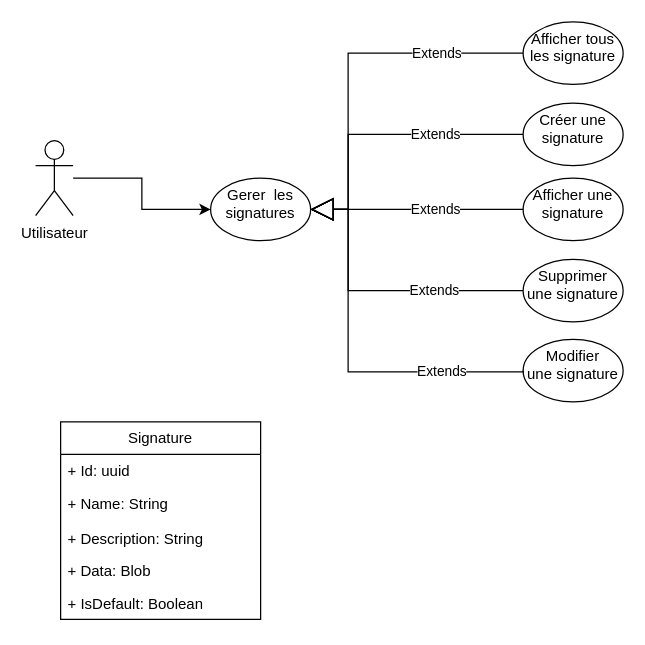
Earlier version of the draw.io diagram manageSignature.drawio (PFE-Neoledge-2023/rapport). Source tidied: cells renumbered, new cells numbered last; positions are measured from the earlier drawing's top-left corner, leaving out a move shared by most shapes. Both pictures are drawn from the tidied source at 125%, with x=0, y=0 at pixel (35, 21).
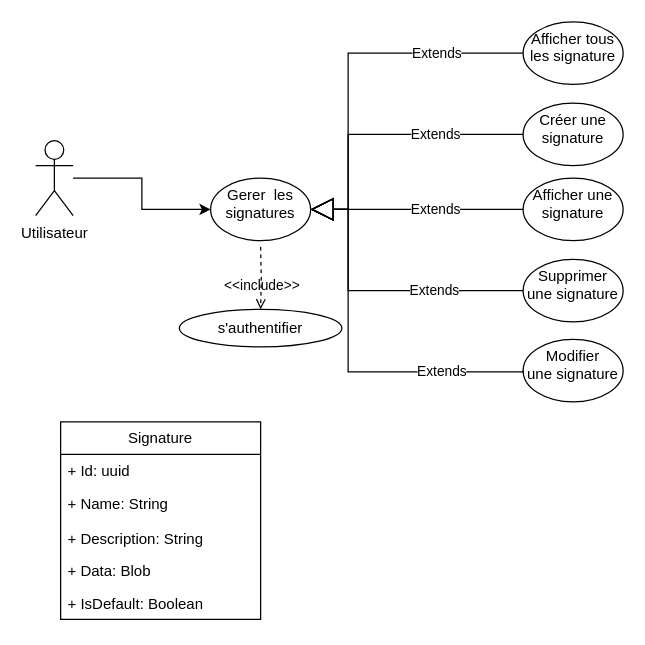
The same page after the edit.

Diff of the diagram source:
```diff
@@
+    <mxCell id="21" value="&amp;lt;&amp;lt;include&amp;gt;&amp;gt;" style="edgeLabel;html=1;align=center;verticalAlign=middle;" parent="1" vertex="1">
+      <mxGeometry x="180" y="210" as="geometry" />
+    </mxCell>
+    <mxCell id="22" style="edgeStyle=orthogonalEdgeStyle;rounded=0;html=1;dashed=1;endArrow=open;endFill=0;" parent="1" edge="1" target="23">
+      <mxGeometry relative="1" as="geometry">
+        <mxPoint x="180" y="180" as="sourcePoint" />
+      </mxGeometry>
+    </mxCell>
+    <mxCell id="23" value="s'authentifier" style="ellipse;whiteSpace=wrap;html=1;" parent="1" vertex="1">
+      <mxGeometry x="115" y="230" width="130" height="30" as="geometry" />
+    </mxCell>
```
